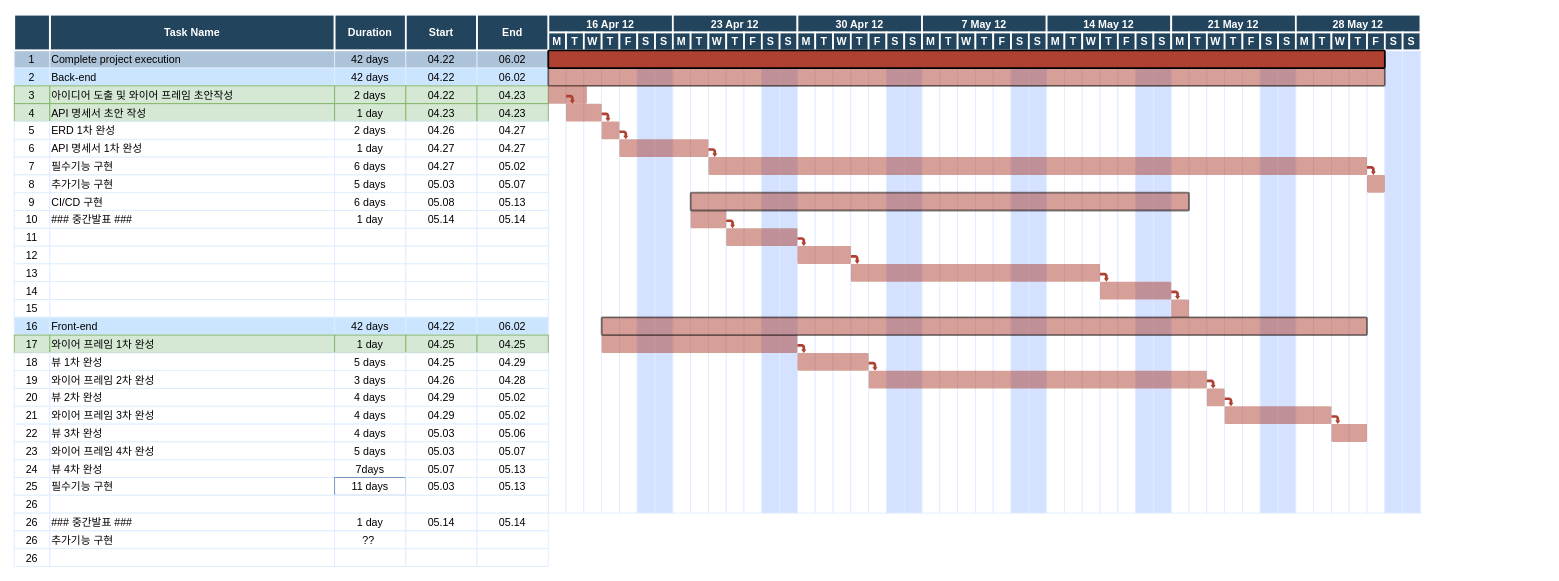
Above: plan.drawio in qwe1234k/finalProjectERD (draw.io), before the change. Source tidied: cells renumbered, new cells numbered last; positions are measured from the earlier drawing's top-left corner, leaving out a move shared by most shapes. Both pictures are drawn from the tidied source at 89%, with x=0, y=0 at pixel (13, 14).
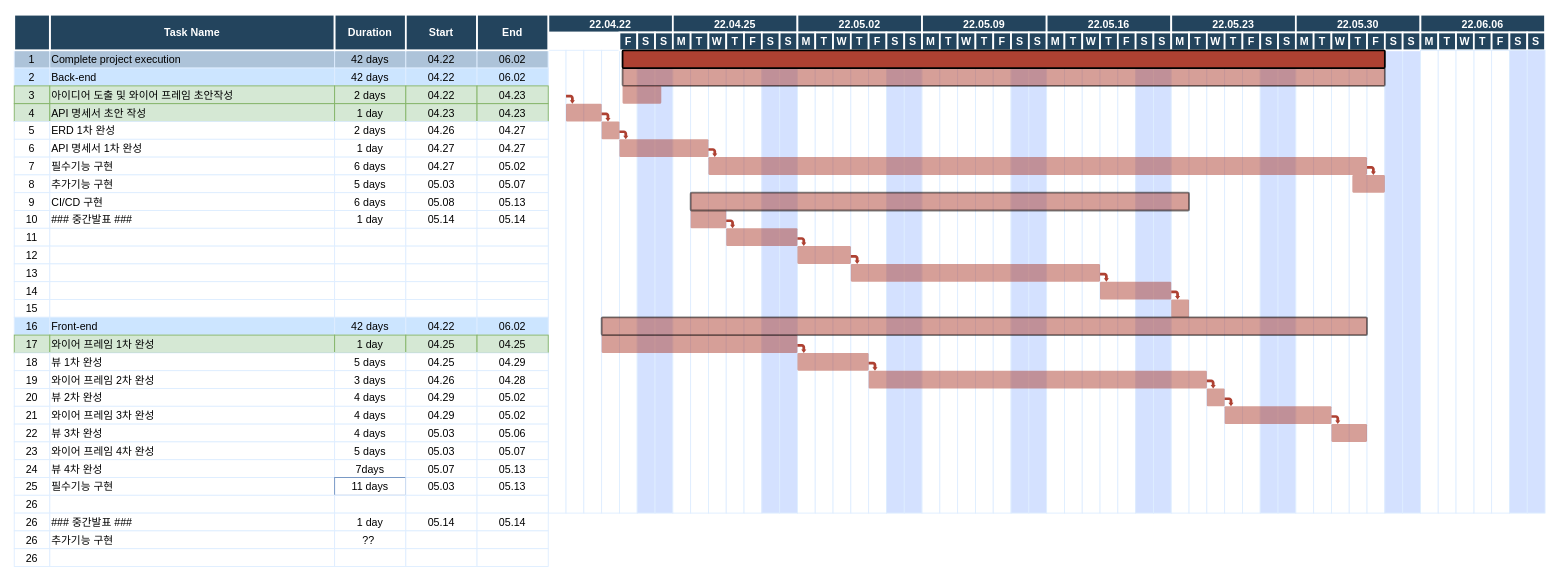
After the change.

What changed in the source:
```diff
@@
-    <mxCell id="183" value="16 Apr 12" style="fillColor=#23445D;strokeColor=#FFFFFF;strokeWidth=2;fontColor=#FFFFFF;fontStyle=1;" parent="1" vertex="1">
+    <mxCell id="183" value="22.04.22" style="fillColor=#23445D;strokeColor=#FFFFFF;strokeWidth=2;fontColor=#FFFFFF;fontStyle=1;" parent="1" vertex="1">
       <mxGeometry x="600.5" width="140" height="20" as="geometry" />
     </mxCell>
-    <mxCell id="184" value="M" style="fillColor=#23445D;strokeColor=#FFFFFF;strokeWidth=2;fontColor=#FFFFFF;fontStyle=1;" parent="1" vertex="1">
-      <mxGeometry x="600.5" y="20" width="20" height="20" as="geometry" />
-    </mxCell>
-    <mxCell id="185" value="T" style="fillColor=#23445D;strokeColor=#FFFFFF;strokeWidth=2;fontColor=#FFFFFF;fontStyle=1;" parent="1" vertex="1">
-      <mxGeometry x="620.5" y="20" width="20" height="20" as="geometry" />
-    </mxCell>
-    <mxCell id="186" value="W" style="fillColor=#23445D;strokeColor=#FFFFFF;strokeWidth=2;fontColor=#FFFFFF;fontStyle=1;" parent="1" vertex="1">
-      <mxGeometry x="640.5" y="20" width="20" height="20" as="geometry" />
-    </mxCell>
-    <mxCell id="187" value="T" style="fillColor=#23445D;strokeColor=#FFFFFF;strokeWidth=2;fontColor=#FFFFFF;fontStyle=1;" parent="1" vertex="1">
-      <mxGeometry x="660.5" y="20" width="20" height="20" as="geometry" />
-    </mxCell>
@@
-    <mxCell id="194" value="23 Apr 12" style="fillColor=#23445D;strokeColor=#FFFFFF;strokeWidth=2;fontColor=#FFFFFF;fontStyle=1;" parent="1" vertex="1">
+    <mxCell id="194" value="22.04.25" style="fillColor=#23445D;strokeColor=#FFFFFF;strokeWidth=2;fontColor=#FFFFFF;fontStyle=1;" parent="1" vertex="1">
       <mxGeometry x="740.5" width="140" height="20" as="geometry" />
     </mxCell>
@@
-    <mxCell id="202" value="30 Apr 12" style="fillColor=#23445D;strokeColor=#FFFFFF;strokeWidth=2;fontColor=#FFFFFF;fontStyle=1;" parent="1" vertex="1">
+    <mxCell id="202" value="22.05.02" style="fillColor=#23445D;strokeColor=#FFFFFF;strokeWidth=2;fontColor=#FFFFFF;fontStyle=1;" parent="1" vertex="1">
       <mxGeometry x="880.5" width="140" height="20" as="geometry" />
     </mxCell>
@@
-    <mxCell id="210" value="7 May 12" style="fillColor=#23445D;strokeColor=#FFFFFF;strokeWidth=2;fontColor=#FFFFFF;fontStyle=1;" parent="1" vertex="1">
+    <mxCell id="210" value="22.05.09" style="fillColor=#23445D;strokeColor=#FFFFFF;strokeWidth=2;fontColor=#FFFFFF;fontStyle=1;" parent="1" vertex="1">
       <mxGeometry x="1020.5" width="140" height="20" as="geometry" />
     </mxCell>
@@
-    <mxCell id="218" value="14 May 12" style="fillColor=#23445D;strokeColor=#FFFFFF;strokeWidth=2;fontColor=#FFFFFF;fontStyle=1;" parent="1" vertex="1">
+    <mxCell id="218" value="22.05.16" style="fillColor=#23445D;strokeColor=#FFFFFF;strokeWidth=2;fontColor=#FFFFFF;fontStyle=1;" parent="1" vertex="1">
       <mxGeometry x="1160.5" width="140" height="20" as="geometry" />
     </mxCell>
@@
-    <mxCell id="226" value="21 May 12" style="fillColor=#23445D;strokeColor=#FFFFFF;strokeWidth=2;fontColor=#FFFFFF;fontStyle=1;" parent="1" vertex="1">
+    <mxCell id="226" value="22.05.23" style="fillColor=#23445D;strokeColor=#FFFFFF;strokeWidth=2;fontColor=#FFFFFF;fontStyle=1;" parent="1" vertex="1">
       <mxGeometry x="1300.5" width="140" height="20" as="geometry" />
     </mxCell>
@@
-    <mxCell id="234" value="28 May 12" style="fillColor=#23445D;strokeColor=#FFFFFF;strokeWidth=2;fontColor=#FFFFFF;fontStyle=1;" parent="1" vertex="1">
+    <mxCell id="234" value="22.05.30" style="fillColor=#23445D;strokeColor=#FFFFFF;strokeWidth=2;fontColor=#FFFFFF;fontStyle=1;" parent="1" vertex="1">
       <mxGeometry x="1440.5" width="140" height="20" as="geometry" />
     </mxCell>
@@
     <mxCell id="242" style="shape=mxgraph.flowchart.process;fillColor=#AE4132;strokeColor=#000000;strokeWidth=2;opacity=50;" parent="1" vertex="1">
-      <mxGeometry x="600.5" y="60" width="940" height="20" as="geometry" />
+      <mxGeometry x="684" y="60" width="856.5" height="20" as="geometry" />
     </mxCell>
@@
     <mxCell id="244" style="shape=mxgraph.flowchart.process;fillColor=#AE4132;strokeColor=none;strokeWidth=2;opacity=50;" parent="1" vertex="1">
-      <mxGeometry x="600.5" y="80" width="43.5" height="20" as="geometry" />
+      <mxGeometry x="684" y="80" width="43.5" height="20" as="geometry" />
     </mxCell>
@@
     <mxCell id="248" style="shape=mxgraph.flowchart.process;fillColor=#AE4132;strokeColor=none;strokeWidth=2;opacity=50;" parent="1" vertex="1">
-      <mxGeometry x="1520.5" y="180" width="20" height="20" as="geometry" />
+      <mxGeometry x="1504" y="180" width="36.5" height="20" as="geometry" />
     </mxCell>
@@
     <mxCell id="254" style="shape=mxgraph.flowchart.process;fillColor=#AE4132;strokeColor=#000000;strokeWidth=2;opacity=100;" parent="1" vertex="1">
-      <mxGeometry x="600.5" y="40" width="940" height="20" as="geometry" />
+      <mxGeometry x="684" y="40" width="856.5" height="20" as="geometry" />
     </mxCell>
@@
+    <mxCell id="294" value="22.06.06" style="fillColor=#23445D;strokeColor=#FFFFFF;strokeWidth=2;fontColor=#FFFFFF;fontStyle=1;" parent="1" vertex="1">
+      <mxGeometry x="1580.5" width="140" height="20" as="geometry" />
+    </mxCell>
+    <mxCell id="184" value="M" style="fillColor=#23445D;strokeColor=#FFFFFF;strokeWidth=2;fontColor=#FFFFFF;fontStyle=1;" parent="1" vertex="1">
+      <mxGeometry x="1580.5" y="20" width="20" height="20" as="geometry" />
+    </mxCell>
+    <mxCell id="295" value="T" style="fillColor=#23445D;strokeColor=#FFFFFF;strokeWidth=2;fontColor=#FFFFFF;fontStyle=1;" parent="1" vertex="1">
+      <mxGeometry x="1600.5" y="20" width="20" height="20" as="geometry" />
+    </mxCell>
+    <mxCell id="186" value="W" style="fillColor=#23445D;strokeColor=#FFFFFF;strokeWidth=2;fontColor=#FFFFFF;fontStyle=1;" parent="1" vertex="1">
+      <mxGeometry x="1620.5" y="20" width="20" height="20" as="geometry" />
+    </mxCell>
+    <mxCell id="296" value="T" style="fillColor=#23445D;strokeColor=#FFFFFF;strokeWidth=2;fontColor=#FFFFFF;fontStyle=1;" parent="1" vertex="1">
+      <mxGeometry x="1640.5" y="20" width="20" height="20" as="geometry" />
+    </mxCell>
+    <mxCell id="297" value="F" style="fillColor=#23445D;strokeColor=#FFFFFF;strokeWidth=2;fontColor=#FFFFFF;fontStyle=1;" parent="1" vertex="1">
+      <mxGeometry x="1660.5" y="20" width="20" height="20" as="geometry" />
+    </mxCell>
+    <mxCell id="298" value="S" style="fillColor=#23445D;strokeColor=#FFFFFF;strokeWidth=2;fontColor=#FFFFFF;fontStyle=1;" parent="1" vertex="1">
+      <mxGeometry x="1680.5" y="20" width="20" height="20" as="geometry" />
+    </mxCell>
+    <mxCell id="299" value="S" style="fillColor=#23445D;strokeColor=#FFFFFF;strokeWidth=2;fontColor=#FFFFFF;fontStyle=1;" parent="1" vertex="1">
+      <mxGeometry x="1700.5" y="20" width="20" height="20" as="geometry" />
+    </mxCell>
+    <mxCell id="300" style="strokeColor=#DEEDFF;" parent="1" vertex="1">
+      <mxGeometry x="1580.5" y="40" width="20" height="520" as="geometry" />
+    </mxCell>
+    <mxCell id="301" style="strokeColor=#DEEDFF;" parent="1" vertex="1">
+      <mxGeometry x="1600.5" y="40" width="20" height="520" as="geometry" />
+    </mxCell>
+    <mxCell id="302" style="strokeColor=#DEEDFF;" parent="1" vertex="1">
+      <mxGeometry x="1640.5" y="40" width="20" height="520" as="geometry" />
+    </mxCell>
+    <mxCell id="303" style="strokeColor=#DEEDFF;" parent="1" vertex="1">
+      <mxGeometry x="1620.5" y="40" width="20" height="520" as="geometry" />
+    </mxCell>
+    <mxCell id="304" style="strokeColor=#DEEDFF;" parent="1" vertex="1">
+      <mxGeometry x="1660.5" y="40" width="20" height="520" as="geometry" />
+    </mxCell>
+    <mxCell id="305" style="strokeColor=#DEEDFF;fillColor=#D4E1FF;" parent="1" vertex="1">
+      <mxGeometry x="1680.5" y="40" width="20" height="520" as="geometry" />
+    </mxCell>
+    <mxCell id="306" style="strokeColor=#DEEDFF;fillColor=#D4E1FF;" parent="1" vertex="1">
+      <mxGeometry x="1700.5" y="40" width="20" height="520" as="geometry" />
+    </mxCell>
```
